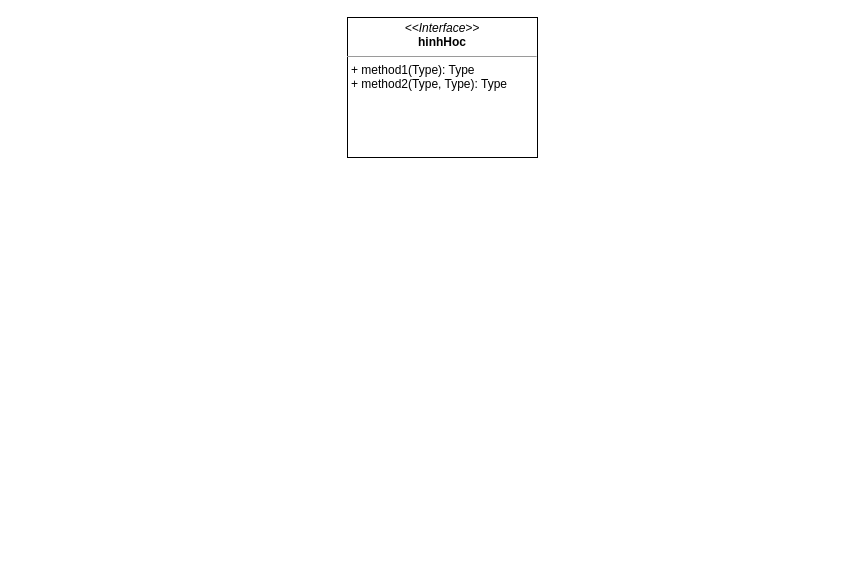
The draw.io diagram page "hinhHoc" (2 of 2) of src/main/java/ClassDiagram.drawio in Kurosagi19/D02K13, before the edit. Source tidied: cells renumbered, new cells numbered last; positions are measured from the earlier drawing's top-left corner, leaving out a move shared by most shapes. Both pictures are drawn from the tidied source at 100%, with x=0, y=0 at pixel (347, 17).
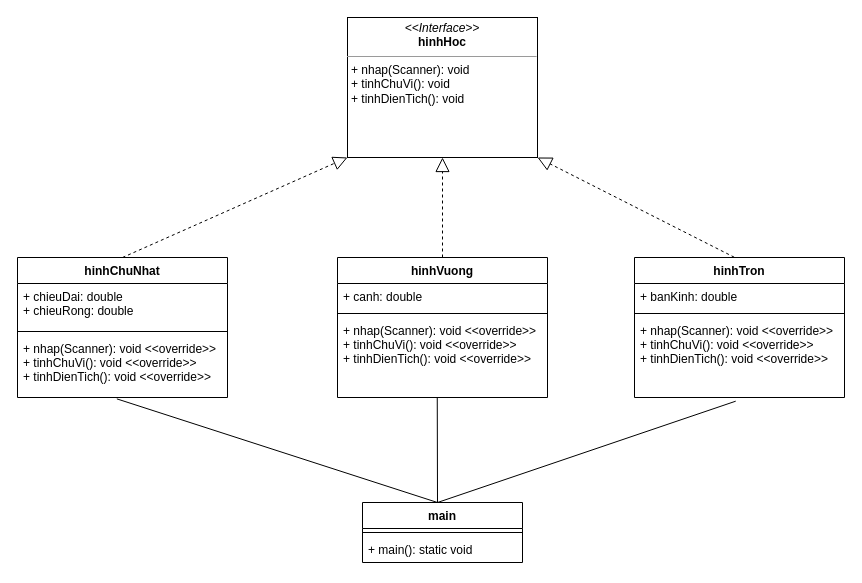
After the change.

Diff of the diagram source:
```diff
@@
-    <mxCell id="2" value="&lt;p style=&quot;margin:0px;margin-top:4px;text-align:center;&quot;&gt;&lt;i&gt;&amp;lt;&amp;lt;Interface&amp;gt;&amp;gt;&lt;/i&gt;&lt;br&gt;&lt;b&gt;hinhHoc&lt;/b&gt;&lt;/p&gt;&lt;hr size=&quot;1&quot;&gt;&lt;p style=&quot;margin:0px;margin-left:4px;&quot;&gt;+ method1(Type): Type&lt;br&gt;+ method2(Type, Type): Type&lt;/p&gt;" style="verticalAlign=top;align=left;overflow=fill;fontSize=12;fontFamily=Helvetica;html=1;" parent="1" vertex="1">
+    <mxCell id="2" value="&lt;p style=&quot;margin:0px;margin-top:4px;text-align:center;&quot;&gt;&lt;i&gt;&amp;lt;&amp;lt;Interface&amp;gt;&amp;gt;&lt;/i&gt;&lt;br&gt;&lt;b&gt;hinhHoc&lt;/b&gt;&lt;/p&gt;&lt;hr size=&quot;1&quot;&gt;&lt;p style=&quot;margin:0px;margin-left:4px;&quot;&gt;+ nhap(Scanner): void&lt;br&gt;&lt;/p&gt;&lt;p style=&quot;margin:0px;margin-left:4px;&quot;&gt;+ tinhChuVi(): void&lt;/p&gt;&lt;p style=&quot;margin:0px;margin-left:4px;&quot;&gt;+ tinhDienTich(): void&lt;/p&gt;&lt;p style=&quot;margin:0px;margin-left:4px;&quot;&gt;&lt;br&gt;&lt;/p&gt;" style="verticalAlign=top;align=left;overflow=fill;fontSize=12;fontFamily=Helvetica;html=1;" parent="1" vertex="1">
       <mxGeometry width="190" height="140" as="geometry" />
     </mxCell>
+    <mxCell id="3" value="hinhChuNhat" style="swimlane;fontStyle=1;align=center;verticalAlign=top;horizontal=1;startSize=26;" parent="1" vertex="1">
+      <mxGeometry x="-330" y="240" width="210" height="140" as="geometry" />
+    </mxCell>
+    <mxCell id="4" value="+ chieuDai: double&#10;+ chieuRong: double" style="text;strokeColor=none;fillColor=none;align=left;verticalAlign=top;spacingLeft=4;spacingRight=4;overflow=hidden;" parent="3" vertex="1">
+      <mxGeometry y="26" width="210" height="44" as="geometry" />
+    </mxCell>
+    <mxCell id="5" style="line;strokeWidth=1;fillColor=none;align=left;verticalAlign=middle;spacingTop=-1;spacingLeft=3;spacingRight=3;labelPosition=right;" parent="3" vertex="1">
+      <mxGeometry y="70" width="210" height="8" as="geometry" />
+    </mxCell>
+    <mxCell id="6" value="+ nhap(Scanner): void &lt;&lt;override&gt;&gt;&#10;+ tinhChuVi(): void &lt;&lt;override&gt;&gt;&#10;+ tinhDienTich(): void &lt;&lt;override&gt;&gt;" style="text;strokeColor=none;fillColor=none;align=left;verticalAlign=top;spacingLeft=4;spacingRight=4;overflow=hidden;points=[[0,0.5],[1,0.5]];portConstraint=eastwest;" parent="3" vertex="1">
+      <mxGeometry y="78" width="210" height="62" as="geometry" />
+    </mxCell>
+    <mxCell id="7" value="hinhVuong" style="swimlane;fontStyle=1;align=center;verticalAlign=top;horizontal=1;startSize=26;" parent="1" vertex="1">
+      <mxGeometry x="-10" y="240" width="210" height="140" as="geometry" />
+    </mxCell>
+    <mxCell id="8" value="+ canh: double" style="text;strokeColor=none;fillColor=none;align=left;verticalAlign=top;spacingLeft=4;spacingRight=4;overflow=hidden;" parent="7" vertex="1">
+      <mxGeometry y="26" width="210" height="26" as="geometry" />
+    </mxCell>
+    <mxCell id="9" style="line;strokeWidth=1;fillColor=none;align=left;verticalAlign=middle;spacingTop=-1;spacingLeft=3;spacingRight=3;labelPosition=right;" parent="7" vertex="1">
+      <mxGeometry y="52" width="210" height="8" as="geometry" />
+    </mxCell>
+    <mxCell id="10" value="+ nhap(Scanner): void &lt;&lt;override&gt;&gt;&#10;+ tinhChuVi(): void &lt;&lt;override&gt;&gt;&#10;+ tinhDienTich(): void &lt;&lt;override&gt;&gt;" style="text;strokeColor=none;fillColor=none;align=left;verticalAlign=top;spacingLeft=4;spacingRight=4;overflow=hidden;points=[[0,0.5],[1,0.5]];portConstraint=eastwest;" parent="7" vertex="1">
+      <mxGeometry y="60" width="210" height="80" as="geometry" />
+    </mxCell>
+    <mxCell id="11" value="hinhTron" style="swimlane;fontStyle=1;align=center;verticalAlign=top;horizontal=1;startSize=26;" parent="1" vertex="1">
+      <mxGeometry x="287" y="240" width="210" height="140" as="geometry" />
+    </mxCell>
+    <mxCell id="12" value="+ banKinh: double" style="text;strokeColor=none;fillColor=none;align=left;verticalAlign=top;spacingLeft=4;spacingRight=4;overflow=hidden;" parent="11" vertex="1">
+      <mxGeometry y="26" width="210" height="26" as="geometry" />
+    </mxCell>
+    <mxCell id="13" style="line;strokeWidth=1;fillColor=none;align=left;verticalAlign=middle;spacingTop=-1;spacingLeft=3;spacingRight=3;labelPosition=right;" parent="11" vertex="1">
+      <mxGeometry y="52" width="210" height="8" as="geometry" />
+    </mxCell>
+    <mxCell id="14" value="+ nhap(Scanner): void &lt;&lt;override&gt;&gt;&#10;+ tinhChuVi(): void &lt;&lt;override&gt;&gt;&#10;+ tinhDienTich(): void &lt;&lt;override&gt;&gt;" style="text;strokeColor=none;fillColor=none;align=left;verticalAlign=top;spacingLeft=4;spacingRight=4;overflow=hidden;points=[[0,0.5],[1,0.5]];portConstraint=eastwest;" parent="11" vertex="1">
+      <mxGeometry y="60" width="210" height="80" as="geometry" />
+    </mxCell>
+    <mxCell id="15" value="main" style="swimlane;fontStyle=1;align=center;verticalAlign=top;horizontal=1;startSize=26;" parent="1" vertex="1">
+      <mxGeometry x="15" y="485" width="160" height="60" as="geometry" />
+    </mxCell>
+    <mxCell id="16" style="line;strokeWidth=1;fillColor=none;align=left;verticalAlign=middle;spacingTop=-1;spacingLeft=3;spacingRight=3;labelPosition=right;" parent="15" vertex="1">
+      <mxGeometry y="26" width="160" height="8" as="geometry" />
+    </mxCell>
+    <mxCell id="17" value="+ main(): static void" style="text;strokeColor=none;fillColor=none;align=left;verticalAlign=top;spacingLeft=4;spacingRight=4;overflow=hidden;" parent="15" vertex="1">
+      <mxGeometry y="34" width="160" height="26" as="geometry" />
+    </mxCell>
+    <mxCell id="18" style="endArrow=none;html=1;rounded=0;entryX=0.473;entryY=1.022;entryDx=0;entryDy=0;entryPerimeter=0;" parent="1" edge="1" target="6">
+      <mxGeometry relative="1" as="geometry">
+        <mxPoint x="90" y="485" as="sourcePoint" />
+      </mxGeometry>
+    </mxCell>
+    <mxCell id="19" style="endArrow=none;html=1;rounded=0;entryX=0.475;entryY=1.005;entryDx=0;entryDy=0;entryPerimeter=0;" parent="1" edge="1" target="10">
+      <mxGeometry relative="1" as="geometry">
+        <mxPoint x="90" y="485" as="sourcePoint" />
+      </mxGeometry>
+    </mxCell>
+    <mxCell id="20" style="endArrow=none;html=1;rounded=0;entryX=0.482;entryY=1.046;entryDx=0;entryDy=0;entryPerimeter=0;" parent="1" edge="1" target="14">
+      <mxGeometry relative="1" as="geometry">
+        <mxPoint x="90" y="485" as="sourcePoint" />
+      </mxGeometry>
+    </mxCell>
+    <mxCell id="21" style="endArrow=block;dashed=1;endFill=0;endSize=12;html=1;rounded=0;exitX=0.5;exitY=0;exitDx=0;exitDy=0;entryX=0;entryY=1;entryDx=0;entryDy=0;" parent="1" edge="1" source="3" target="2">
+      <mxGeometry relative="1" as="geometry" />
+    </mxCell>
+    <mxCell id="22" style="endArrow=block;dashed=1;endFill=0;endSize=12;html=1;rounded=0;exitX=0.475;exitY=-0.002;exitDx=0;exitDy=0;exitPerimeter=0;entryX=1;entryY=1;entryDx=0;entryDy=0;" parent="1" edge="1" source="11" target="2">
+      <mxGeometry relative="1" as="geometry" />
+    </mxCell>
+    <mxCell id="23" style="endArrow=block;dashed=1;endFill=0;endSize=12;html=1;rounded=0;exitX=0.5;exitY=0;exitDx=0;exitDy=0;entryX=0.5;entryY=1;entryDx=0;entryDy=0;" parent="1" edge="1" source="7" target="2">
+      <mxGeometry relative="1" as="geometry" />
+    </mxCell>
```
